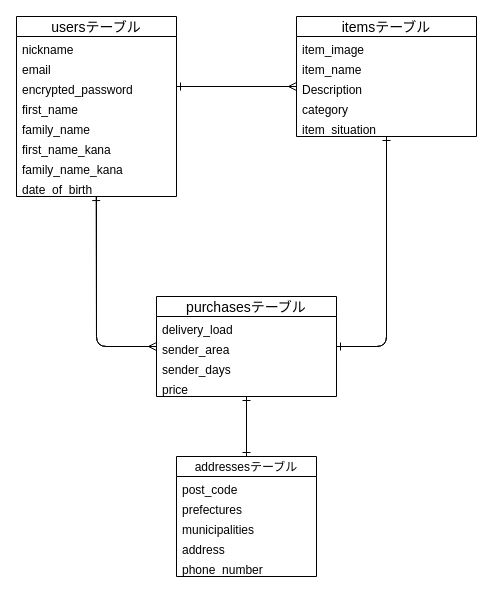
Earlier version of the draw.io diagram furima.dio (8yukidaruma8/furima-38545). Source tidied: cells renumbered, new cells numbered last; positions are measured from the earlier drawing's top-left corner, leaving out a move shared by most shapes. Both pictures are drawn from the tidied source at 100%, with x=0, y=0 at pixel (16, 16).
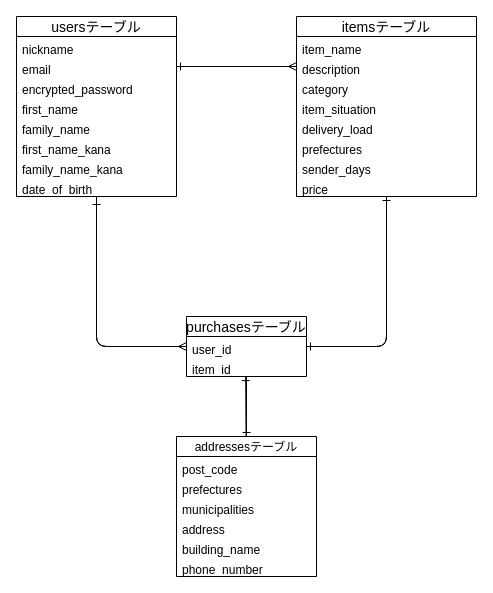
The same diagram, later.

The change refers to these unchanged cells:
```xml
<mxCell id="3" value="usersテーブル" style="swimlane;fontStyle=0;horizontal=1;startSize=20;align=center;fontSize=14;swimlaneFillColor=none;gradientColor=none;shadow=0;" parent="1" vertex="1">
  <mxGeometry width="160" height="180" as="geometry" />
</mxCell>
<mxCell id="5" value="email" style="text;strokeColor=none;fillColor=none;spacingLeft=4;spacingRight=4;overflow=hidden;points=[[0,0.5],[1,0.5]];portConstraint=eastwest;fontSize=12;" parent="3" vertex="1">
  <mxGeometry y="40" width="160" height="20" as="geometry" />
</mxCell>
<mxCell id="6" value="encrypted_password" style="text;strokeColor=none;fillColor=none;spacingLeft=4;spacingRight=4;overflow=hidden;points=[[0,0.5],[1,0.5]];portConstraint=eastwest;fontSize=12;" parent="3" vertex="1">
  <mxGeometry y="60" width="160" height="20" as="geometry" />
</mxCell>
<mxCell id="11" value="date_of_birth" style="text;strokeColor=none;fillColor=none;spacingLeft=4;spacingRight=4;overflow=hidden;points=[[0,0.5],[1,0.5]];portConstraint=eastwest;fontSize=12;" parent="3" vertex="1">
  <mxGeometry y="160" width="160" height="20" as="geometry" />
</mxCell>
```

Change to the diagram source:
```diff
@@
-    <mxCell id="2" style="edgeStyle=none;html=1;fontFamily=Helvetica;fontSize=12;fontColor=default;endArrow=ERmany;endFill=0;startSize=28;" parent="1" edge="1" source="3">
+    <mxCell id="2" style="edgeStyle=none;html=1;fontFamily=Helvetica;fontSize=12;fontColor=default;endArrow=ERmany;endFill=0;startSize=28;entryX=0;entryY=0.5;entryDx=0;entryDy=0;" parent="1" edge="1" source="3" target="31">
       <mxGeometry relative="1" as="geometry">
-        <mxPoint x="140" y="330" as="targetPoint" />
         <Array as="points">
           <mxPoint x="80" y="330" />
         </Array>
       </mxGeometry>
     </mxCell>
@@
-    <mxCell id="12" style="edgeStyle=none;html=1;entryX=1;entryY=0.5;entryDx=0;entryDy=0;fontFamily=Helvetica;fontSize=12;fontColor=default;endArrow=ERone;endFill=0;startSize=28;" parent="1" edge="1" source="13" target="32">
+    <mxCell id="12" style="edgeStyle=none;html=1;entryX=1;entryY=0.5;entryDx=0;entryDy=0;fontFamily=Helvetica;fontSize=12;fontColor=default;endArrow=ERone;endFill=0;startSize=28;" parent="1" edge="1" source="13" target="31">
       <mxGeometry relative="1" as="geometry">
         <Array as="points">
           <mxPoint x="370" y="330" />
         </Array>
       </mxGeometry>
     </mxCell>
     <mxCell id="13" value="itemsテーブル" style="swimlane;fontStyle=0;horizontal=1;startSize=20;align=center;fontSize=14;swimlaneFillColor=none;gradientColor=none;shadow=0;" parent="1" vertex="1">
-      <mxGeometry x="280" width="180" height="120" as="geometry" />
+      <mxGeometry x="280" width="180" height="180" as="geometry" />
     </mxCell>
-    <mxCell id="14" value="item_image" style="text;strokeColor=none;fillColor=none;spacingLeft=4;spacingRight=4;overflow=hidden;fontSize=12;" parent="13" vertex="1">
-      <mxGeometry y="20" width="180" height="20" as="geometry" />
-    </mxCell>
     <mxCell id="15" value="item_name" style="text;strokeColor=none;fillColor=none;spacingLeft=4;spacingRight=4;overflow=hidden;fontSize=12;" parent="13" vertex="1">
-      <mxGeometry y="40" width="180" height="20" as="geometry" />
+      <mxGeometry y="20" width="180" height="20" as="geometry" />
     </mxCell>
-    <mxCell id="16" value="Description" style="text;strokeColor=none;fillColor=none;spacingLeft=4;spacingRight=4;overflow=hidden;points=[[0,0.5],[1,0.5]];portConstraint=eastwest;fontSize=12;" parent="13" vertex="1">
-      <mxGeometry y="60" width="180" height="20" as="geometry" />
+    <mxCell id="16" value="description" style="text;strokeColor=none;fillColor=none;spacingLeft=4;spacingRight=4;overflow=hidden;points=[[0,0.5],[1,0.5]];portConstraint=eastwest;fontSize=12;" parent="13" vertex="1">
+      <mxGeometry y="40" width="180" height="20" as="geometry" />
     </mxCell>
     <mxCell id="17" value="category" style="text;strokeColor=none;fillColor=none;spacingLeft=4;spacingRight=4;overflow=hidden;fontSize=12;" parent="13" vertex="1">
-      <mxGeometry y="80" width="180" height="20" as="geometry" />
+      <mxGeometry y="60" width="180" height="20" as="geometry" />
     </mxCell>
     <mxCell id="18" value="item_situation" style="text;strokeColor=none;fillColor=none;spacingLeft=4;spacingRight=4;overflow=hidden;fontSize=12;" parent="13" vertex="1">
-      <mxGeometry y="100" width="180" height="20" as="geometry" />
+      <mxGeometry y="80" width="180" height="20" as="geometry" />
     </mxCell>
-    <mxCell id="19" style="edgeStyle=none;html=1;fontFamily=Helvetica;fontSize=12;fontColor=default;endArrow=ERone;endFill=0;startSize=28;" parent="1" edge="1" source="20">
-      <mxGeometry relative="1" as="geometry">
-        <mxPoint x="230" y="380" as="targetPoint" />
-      </mxGeometry>
-    </mxCell>
+    <mxCell id="36" value="delivery_load" style="text;strokeColor=none;fillColor=none;spacingLeft=4;spacingRight=4;overflow=hidden;fontSize=12;" parent="13" vertex="1">
+      <mxGeometry y="100" width="180" height="20" as="geometry" />
+    </mxCell>
+    <mxCell id="37" value="prefectures" style="text;strokeColor=none;fillColor=none;spacingLeft=4;spacingRight=4;overflow=hidden;fontSize=12;" parent="13" vertex="1">
+      <mxGeometry y="120" width="180" height="20" as="geometry" />
+    </mxCell>
+    <mxCell id="33" value="sender_days" style="text;strokeColor=none;fillColor=none;spacingLeft=4;spacingRight=4;overflow=hidden;fontSize=12;" parent="13" vertex="1">
+      <mxGeometry y="140" width="180" height="20" as="geometry" />
+    </mxCell>
+    <mxCell id="34" value="price" style="text;strokeColor=none;fillColor=none;spacingLeft=4;spacingRight=4;overflow=hidden;fontSize=12;" parent="13" vertex="1">
+      <mxGeometry y="160" width="180" height="20" as="geometry" />
+    </mxCell>
+    <mxCell id="38" style="edgeStyle=none;html=1;entryX=0.493;entryY=1.005;entryDx=0;entryDy=0;entryPerimeter=0;fontFamily=Helvetica;fontSize=14;fontColor=default;endArrow=ERone;endFill=0;startSize=28;" parent="1" edge="1" source="20" target="32">
+      <mxGeometry relative="1" as="geometry" />
+    </mxCell>
     <mxCell id="20" value="addressesテーブル" style="swimlane;fontStyle=0;horizontal=1;startSize=20;align=center;fontSize=12;swimlaneFillColor=none;gradientColor=none;shadow=0;" parent="1" vertex="1">
-      <mxGeometry x="160" y="440" width="140" height="120" as="geometry" />
+      <mxGeometry x="160" y="420" width="140" height="140" as="geometry" />
     </mxCell>
@@
+    <mxCell id="39" value="building_name" style="text;strokeColor=none;fillColor=none;spacingLeft=4;spacingRight=4;overflow=hidden;fontSize=12;" parent="20" vertex="1">
+      <mxGeometry y="100" width="140" height="20" as="geometry" />
+    </mxCell>
     <mxCell id="25" value="phone_number" style="text;strokeColor=none;fillColor=none;spacingLeft=4;spacingRight=4;overflow=hidden;fontSize=12;" parent="20" vertex="1">
-      <mxGeometry y="100" width="140" height="20" as="geometry" />
+      <mxGeometry y="120" width="140" height="20" as="geometry" />
     </mxCell>
-    <mxCell id="26" style="edgeStyle=none;html=1;exitX=1;exitY=0.5;exitDx=0;exitDy=0;entryX=0;entryY=0.5;entryDx=0;entryDy=0;fontFamily=Helvetica;fontSize=14;fontColor=default;startSize=20;endArrow=ERmany;endFill=0;" parent="1" edge="1" source="6" target="16">
-      <mxGeometry relative="1" as="geometry" />
+    <mxCell id="26" style="edgeStyle=none;html=1;entryX=0;entryY=0.5;entryDx=0;entryDy=0;fontFamily=Helvetica;fontSize=14;fontColor=default;startSize=20;endArrow=ERmany;endFill=0;" parent="1" edge="1" target="16">
+      <mxGeometry relative="1" as="geometry">
+        <mxPoint x="170" y="50" as="sourcePoint" />
+      </mxGeometry>
     </mxCell>
-    <mxCell id="27" style="edgeStyle=none;html=1;exitX=0;exitY=0.5;exitDx=0;exitDy=0;entryX=1;entryY=0.5;entryDx=0;entryDy=0;fontFamily=Helvetica;fontSize=14;fontColor=default;endArrow=ERone;endFill=0;startSize=28;" parent="1" edge="1" source="16" target="6">
+    <mxCell id="27" style="edgeStyle=none;html=1;exitX=0;exitY=0.5;exitDx=0;exitDy=0;entryX=1;entryY=0.5;entryDx=0;entryDy=0;fontFamily=Helvetica;fontSize=14;fontColor=default;endArrow=ERone;endFill=0;startSize=28;" parent="1" edge="1" source="16" target="5">
       <mxGeometry relative="1" as="geometry" />
     </mxCell>
@@
-    <mxCell id="29" style="edgeStyle=none;html=1;entryX=0.5;entryY=0;entryDx=0;entryDy=0;fontFamily=Helvetica;fontSize=12;fontColor=default;endArrow=ERone;endFill=0;startSize=28;" parent="1" edge="1" source="30" target="20">
+    <mxCell id="29" style="edgeStyle=none;html=1;entryX=0.5;entryY=0;entryDx=0;entryDy=0;fontFamily=Helvetica;fontSize=14;fontColor=default;endArrow=ERone;endFill=0;startSize=28;" parent="1" edge="1" source="30" target="20">
       <mxGeometry relative="1" as="geometry" />
     </mxCell>
     <mxCell id="30" value="purchasesテーブル" style="swimlane;fontStyle=0;horizontal=1;startSize=20;align=center;fontSize=14;swimlaneFillColor=none;gradientColor=none;shadow=0;" parent="1" vertex="1">
-      <mxGeometry x="140" y="280" width="180" height="100" as="geometry" />
+      <mxGeometry x="170" y="300" width="120" height="60" as="geometry" />
     </mxCell>
-    <mxCell id="31" value="delivery_load" style="text;strokeColor=none;fillColor=none;spacingLeft=4;spacingRight=4;overflow=hidden;points=[[0,0.5],[1,0.5]];portConstraint=eastwest;fontSize=12;" parent="30" vertex="1">
-      <mxGeometry y="20" width="180" height="20" as="geometry" />
+    <mxCell id="31" value="user_id" style="text;strokeColor=none;fillColor=none;spacingLeft=4;spacingRight=4;overflow=hidden;points=[[0,0.5],[1,0.5]];portConstraint=eastwest;fontSize=12;" parent="30" vertex="1">
+      <mxGeometry y="20" width="120" height="20" as="geometry" />
     </mxCell>
-    <mxCell id="32" value="sender_area" style="text;strokeColor=none;fillColor=none;spacingLeft=4;spacingRight=4;overflow=hidden;points=[[0,0.5],[1,0.5]];portConstraint=eastwest;fontSize=12;" parent="30" vertex="1">
-      <mxGeometry y="40" width="180" height="20" as="geometry" />
+    <mxCell id="32" value="item_id" style="text;strokeColor=none;fillColor=none;spacingLeft=4;spacingRight=4;overflow=hidden;points=[[0,0.5],[1,0.5]];portConstraint=eastwest;fontSize=12;" parent="30" vertex="1">
+      <mxGeometry y="40" width="120" height="20" as="geometry" />
     </mxCell>
-    <mxCell id="33" value="sender_days" style="text;strokeColor=none;fillColor=none;spacingLeft=4;spacingRight=4;overflow=hidden;fontSize=12;" parent="30" vertex="1">
-      <mxGeometry y="60" width="180" height="20" as="geometry" />
-    </mxCell>
-    <mxCell id="34" value="price" style="text;strokeColor=none;fillColor=none;spacingLeft=4;spacingRight=4;overflow=hidden;fontSize=12;" parent="30" vertex="1">
-      <mxGeometry y="80" width="180" height="20" as="geometry" />
-    </mxCell>
-    <mxCell id="35" style="edgeStyle=none;html=1;exitX=0;exitY=0.5;exitDx=0;exitDy=0;entryX=0.498;entryY=1.004;entryDx=0;entryDy=0;entryPerimeter=0;fontFamily=Helvetica;fontSize=12;fontColor=default;endArrow=ERone;endFill=0;startSize=28;" parent="1" edge="1" source="32" target="11">
-      <mxGeometry relative="1" as="geometry">
-        <Array as="points">
-          <mxPoint x="80" y="330" />
-        </Array>
-      </mxGeometry>
-    </mxCell>
+    <mxCell id="40" style="edgeStyle=none;html=1;entryX=0.5;entryY=1.2;entryDx=0;entryDy=0;entryPerimeter=0;fontFamily=Helvetica;fontSize=14;fontColor=default;endArrow=ERone;endFill=0;startSize=28;" parent="1" edge="1" source="31" target="11">
+      <mxGeometry relative="1" as="geometry">
+        <Array as="points">
+          <mxPoint x="80" y="330" />
+        </Array>
+      </mxGeometry>
+    </mxCell>
```
